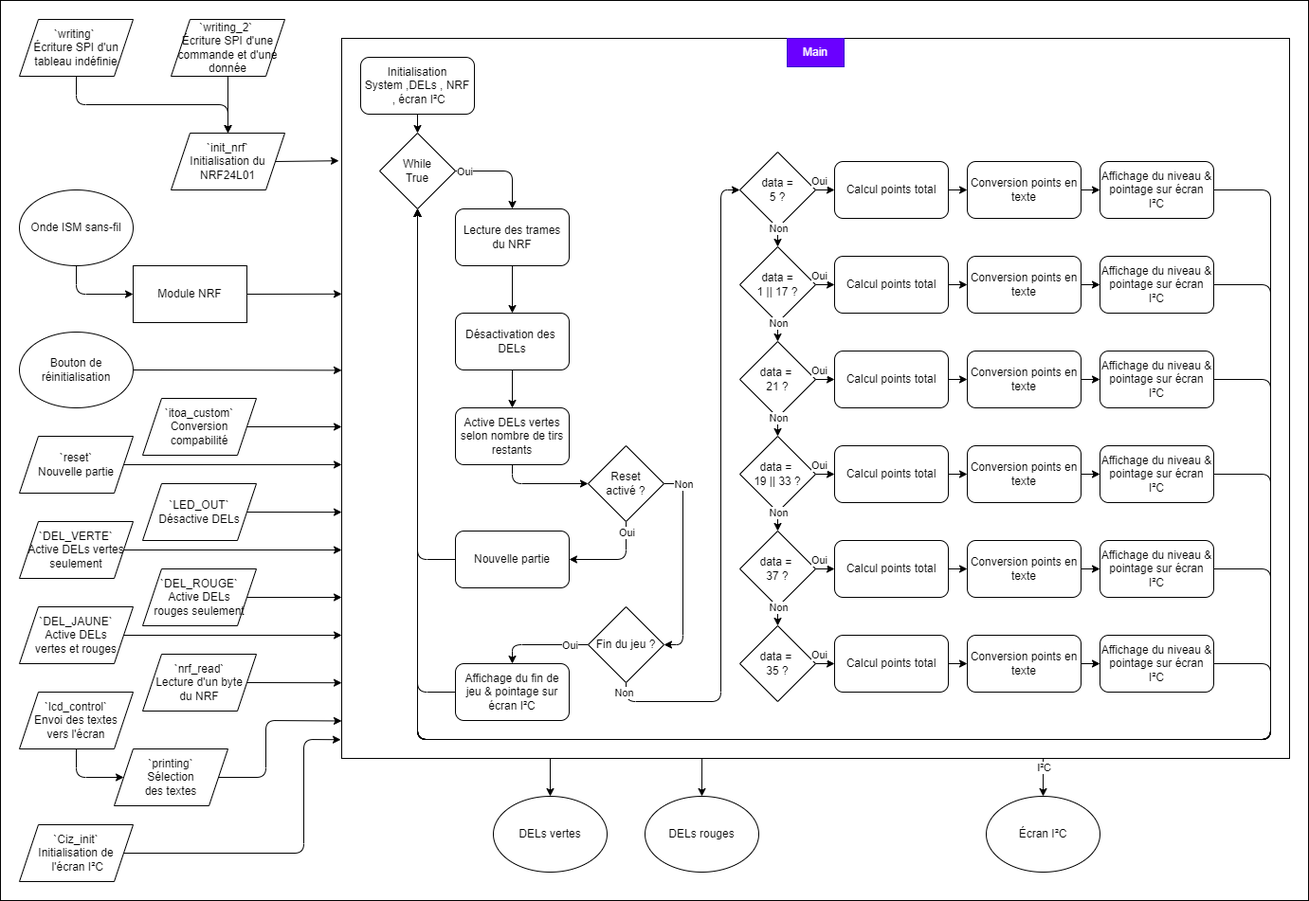
This is Medias/Schema moniteur.png from Sorl-Sintoural/CMaisonneuve---Projet-Final-2023, a draw.io export, as it was before one commit. Source tidied: cells renumbered, new cells last; positions are measured from the earlier drawing's top-left corner, leaving out a move shared by most shapes.
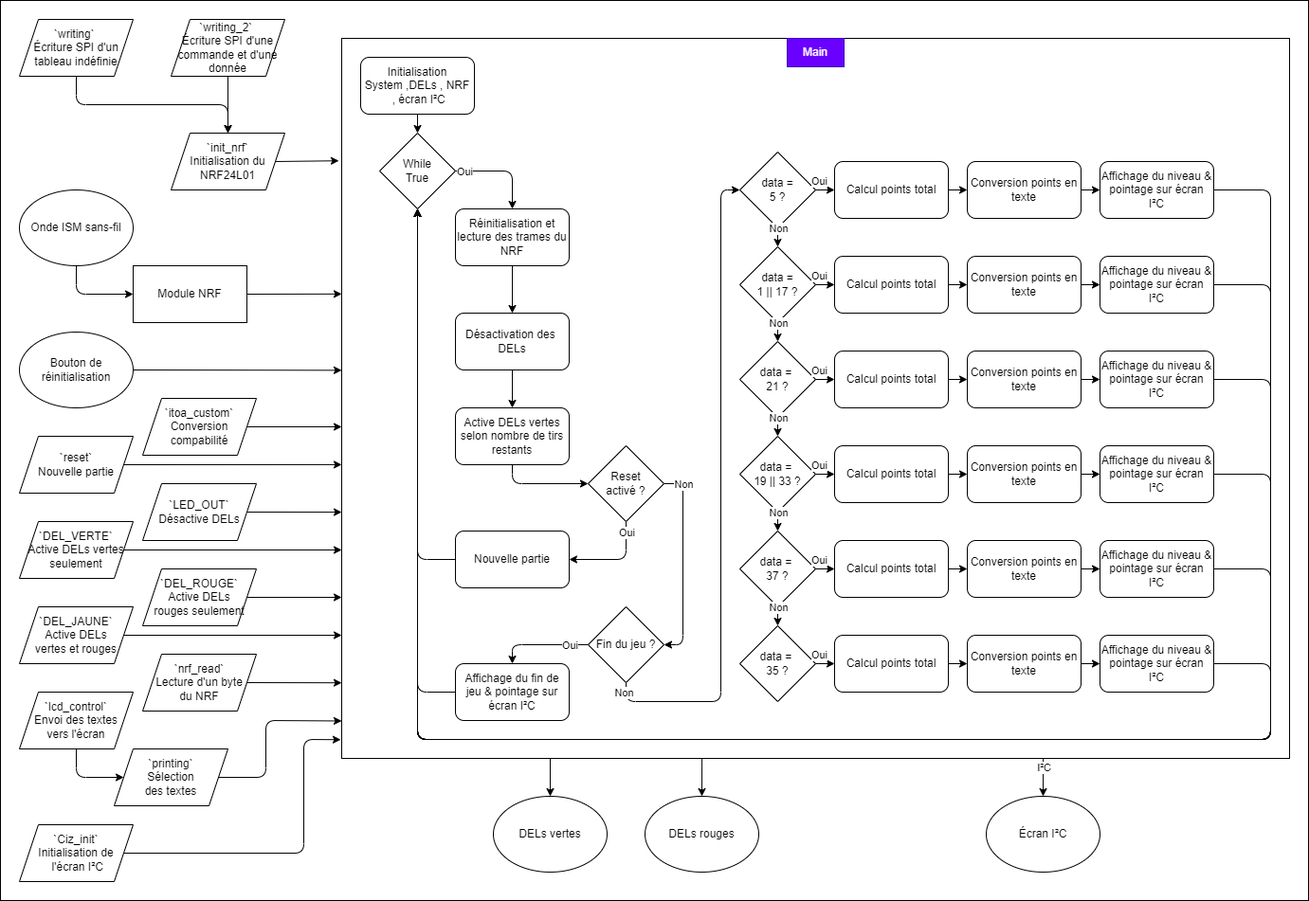
After the commit.

Commit message:
update "Schema moniteur"

Diff of the diagram source:
```diff
@@ -165,7 +165,7 @@
     <mxCell id="43" style="edgeStyle=none;html=1;exitX=0.5;exitY=1;exitDx=0;exitDy=0;entryX=0.5;entryY=0;entryDx=0;entryDy=0;" parent="1" edge="1" source="44" target="46">
       <mxGeometry relative="1" as="geometry" />
     </mxCell>
-    <mxCell id="44" value="Lecture des trames du NRF" style="rounded=1;whiteSpace=wrap;html=1;" parent="1" vertex="1">
+    <mxCell id="44" value="Réinitialisation et lecture des trames du NRF" style="rounded=1;whiteSpace=wrap;html=1;" parent="1" vertex="1">
       <mxGeometry x="480" y="220" width="120" height="60" as="geometry" />
     </mxCell>
     <mxCell id="45" style="edgeStyle=none;html=1;exitX=0.5;exitY=1;exitDx=0;exitDy=0;entryX=0.5;entryY=0;entryDx=0;entryDy=0;" parent="1" edge="1" source="46" target="48">
```
